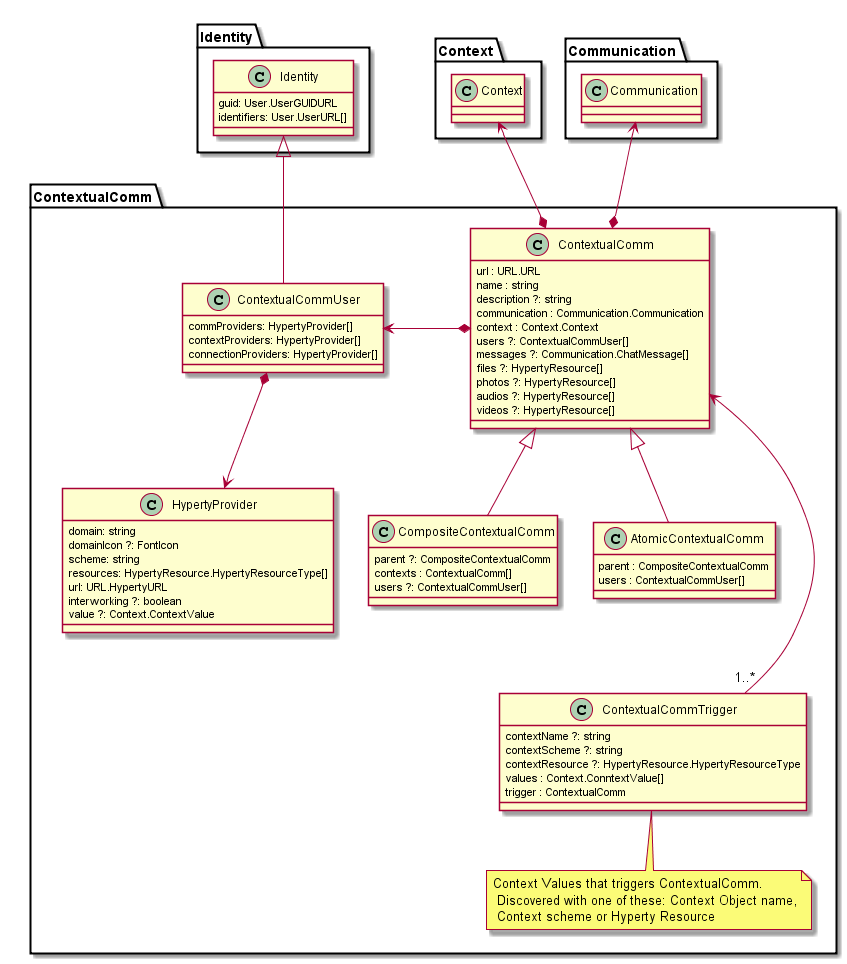
This is docs/datamodel/contextual-communication-design.png from reTHINK-project/dev-smart-contextual-assistance-app, a PlantUML export, as it was before one commit.
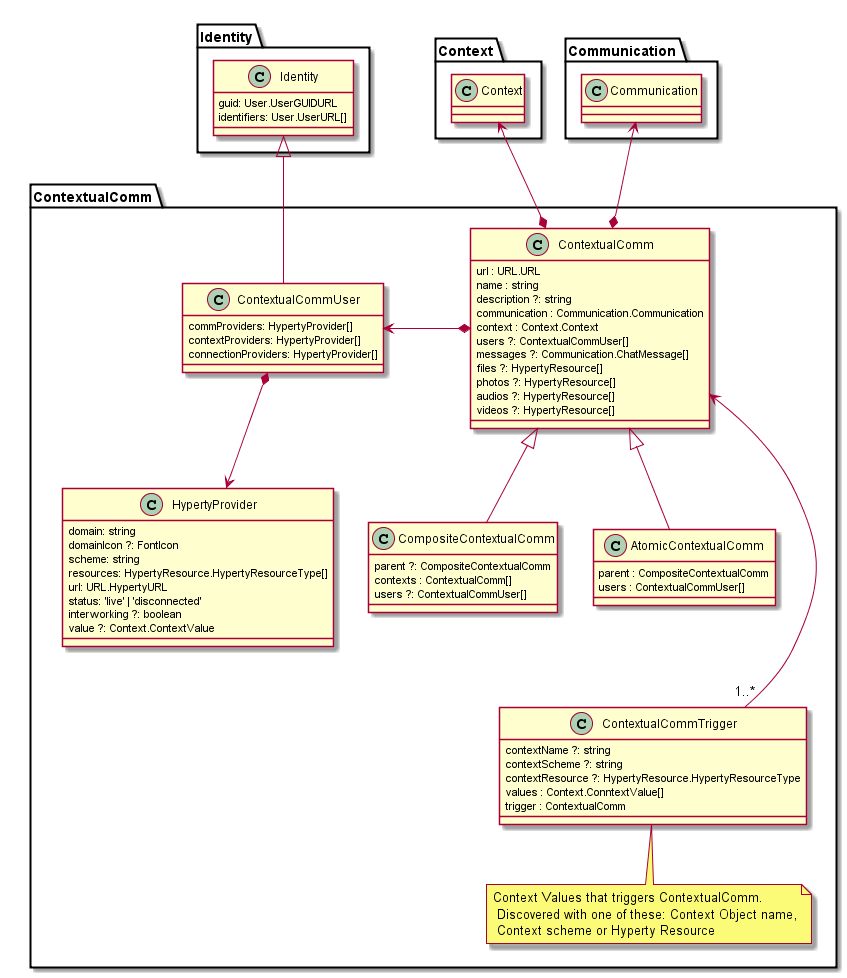
The same file after the commit.

Commit message:
Data Model: added status to ContextualCommUser

The edit, as a diff of the source:
```diff
@@ -52,6 +52,7 @@
 	scheme: string
 	resources: HypertyResource.HypertyResourceType[]
 	url: URL.HypertyURL
+	status: 'live' | 'disconnected'
 	interworking ?: boolean
 	value ?: Context.ContextValue
 	}
```
